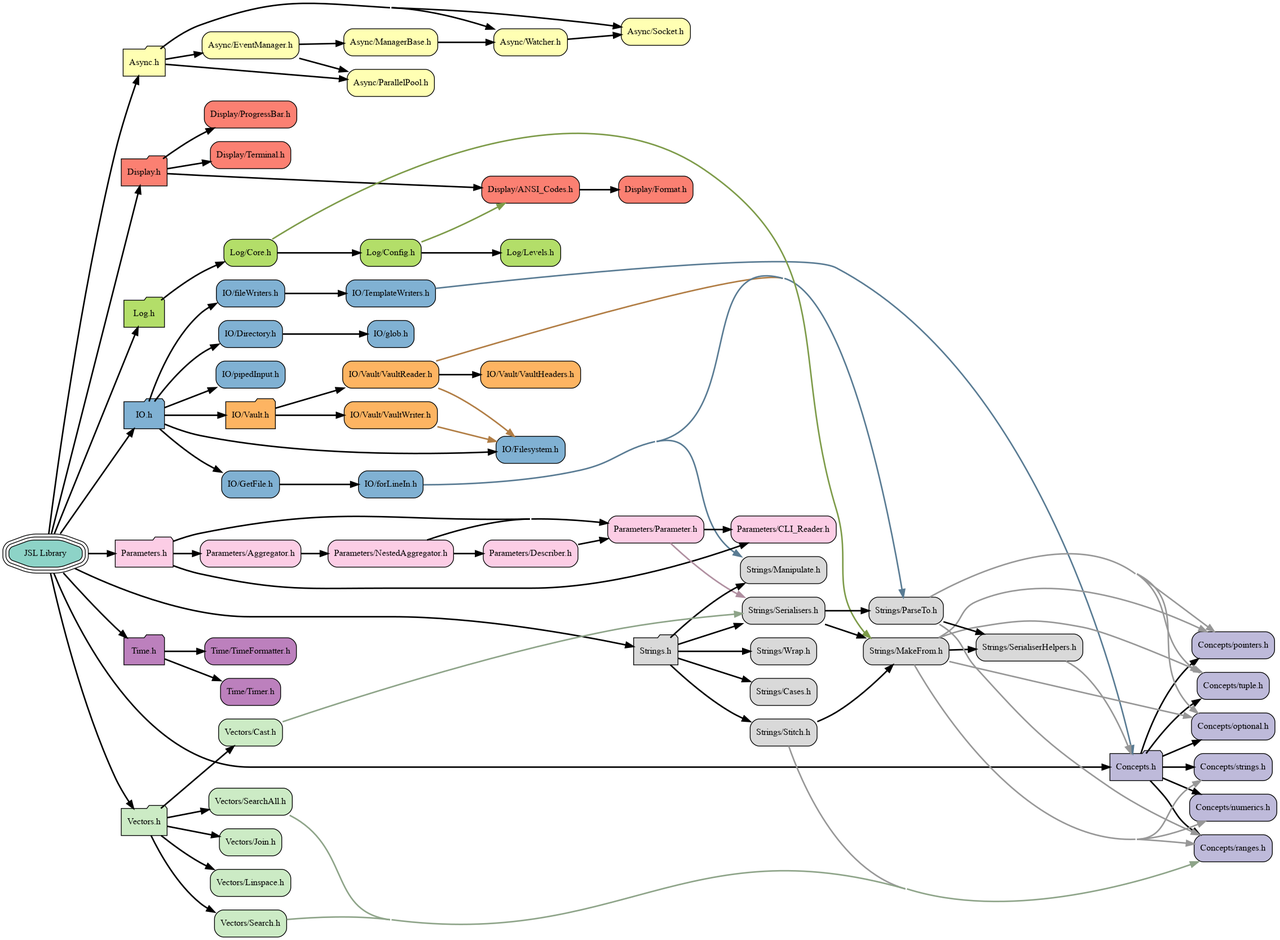
Before: docs/visualiser/heirarchy.png, a diagram exported from Graphviz (DrFraserGovil/JSL). Its source is kept beside it as docs/visualiser/heirarchy.dot.
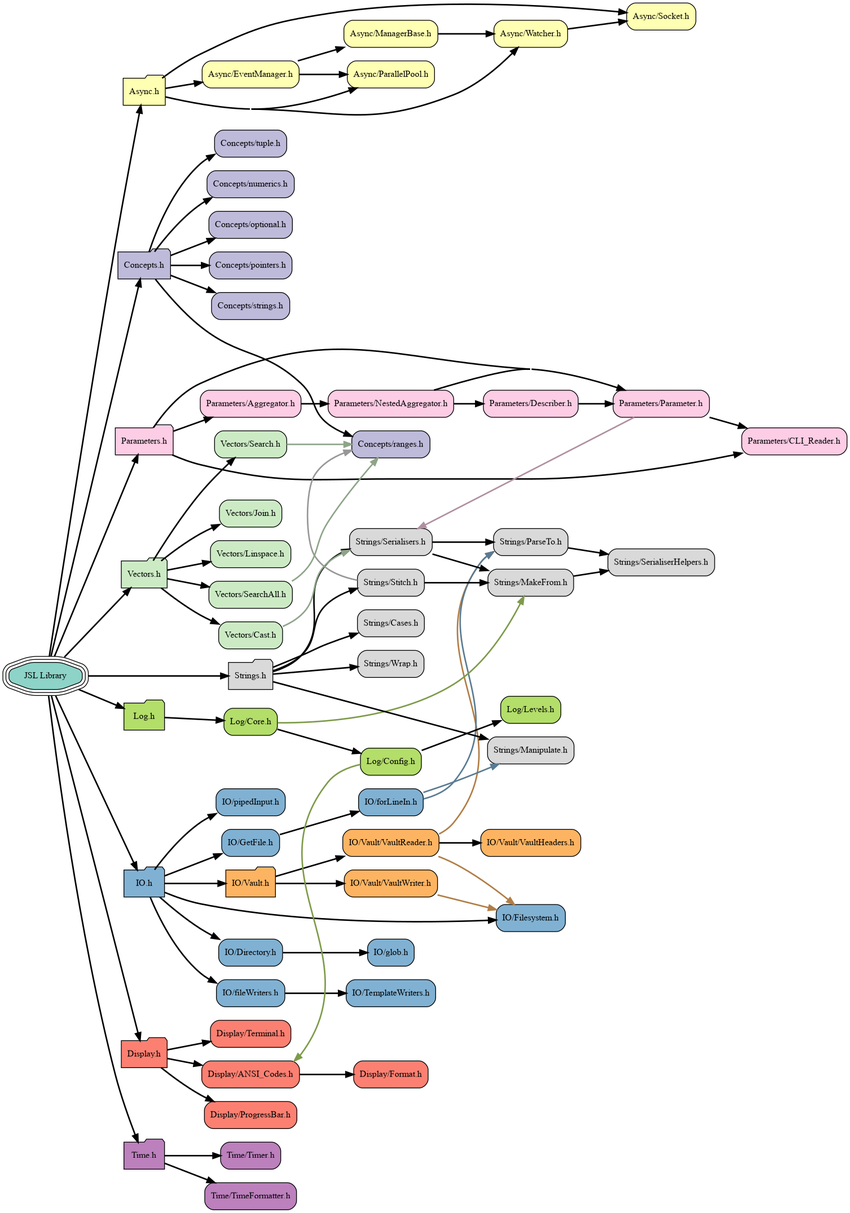
After the commit.

The edit, as a diff of the source:
```diff
@@ -68,95 +68,83 @@
 	node[fillcolor="#ccebc5", style="rounded,filled", shape=box, color="black"] "Vectors/Linspace.h"              [label="Vectors/Linspace.h"]
 	node[fillcolor="#ccebc5", style="rounded,filled", shape=box, color="black"] "Vectors/Search.h"                [label="Vectors/Search.h"]
 	node[fillcolor="#ccebc5", style="rounded,filled", shape=box, color="black"] "Vectors/SearchAll.h"             [label="Vectors/SearchAll.h"]
-	"JSL.h"                           -> "Display.h"[weight=10,penwidth=2]
-	"JSL.h"                           -> "Strings.h"[weight=10,penwidth=2]
-	"JSL.h"                           -> "IO.h"[weight=10,penwidth=2]
-	"JSL.h"                           -> "Time.h"[weight=10,penwidth=2]
-	"JSL.h"                           -> "Vectors.h"[weight=10,penwidth=2]
-	"JSL.h"                           -> "Log.h"[weight=10,penwidth=2]
-	"JSL.h"                           -> "Async.h"[weight=10,penwidth=2]
-	"JSL.h"                           -> "Parameters.h"[weight=10,penwidth=2]
-	"JSL.h"                           -> "Concepts.h"[weight=10,penwidth=2]
-	"Async.h"                         -> "Async/Socket.h"[weight=10,penwidth=2]
-	"Async.h"                         -> "Async/Watcher.h"[weight=10,penwidth=2]
-	"Async.h"                         -> "Async/EventManager.h"[weight=10,penwidth=2]
-	"Async.h"                         -> "Async/ParallelPool.h"[weight=10,penwidth=2]
-	"Async/EventManager.h"            -> "Async/ManagerBase.h"[weight=10,penwidth=2]
-	"Async/EventManager.h"            -> "Async/ParallelPool.h"[weight=10,penwidth=2]
-	"Async/ManagerBase.h"             -> "Async/Watcher.h"[weight=10,penwidth=2]
-	"Async/Watcher.h"                 -> "Async/Socket.h"[weight=10,penwidth=2]
-	"Concepts.h"                      -> "Concepts/strings.h"[weight=10,penwidth=2]
-	"Concepts.h"                      -> "Concepts/optional.h"[weight=10,penwidth=2]
-	"Concepts.h"                      -> "Concepts/tuple.h"[weight=10,penwidth=2]
-	"Concepts.h"                      -> "Concepts/pointers.h"[weight=10,penwidth=2]
-	"Concepts.h"                      -> "Concepts/numerics.h"[weight=10,penwidth=2]
-	"Concepts.h"                      -> "Concepts/ranges.h"[weight=10,penwidth=2]
-	"Display.h"                       -> "Display/ProgressBar.h"[weight=10,penwidth=2]
-	"Display.h"                       -> "Display/Terminal.h"[weight=10,penwidth=2]
-	"Display.h"                       -> "Display/ANSI_Codes.h"[weight=10,penwidth=2]
-	"Display/ANSI_Codes.h"            -> "Display/Format.h"[weight=10,penwidth=2]
-	"IO.h"                            -> "IO/fileWriters.h"[weight=10,penwidth=2]
-	"IO.h"                            -> "IO/GetFile.h"[weight=10,penwidth=2]
-	"IO.h"                            -> "IO/Vault.h"[weight=10,penwidth=2]
-	"IO.h"                            -> "IO/pipedInput.h"[weight=10,penwidth=2]
-	"IO.h"                            -> "IO/Directory.h"[weight=10,penwidth=2]
-	"IO.h"                            -> "IO/Filesystem.h"[weight=10,penwidth=2]
-	"IO/Directory.h"                  -> "IO/glob.h"[weight=10,penwidth=2]
-	"IO/GetFile.h"                    -> "IO/forLineIn.h"[weight=10,penwidth=2]
-	"IO/TemplateWriters.h"            -> "Concepts.h"[weight=0,penwidth=2,color="#597b93"]
-	"IO/Vault.h"                      -> "IO/Vault/VaultWriter.h"[weight=10,penwidth=2]
-	"IO/Vault.h"                      -> "IO/Vault/VaultReader.h"[weight=10,penwidth=2]
-	"IO/Vault/VaultReader.h"          -> "IO/Vault/VaultHeaders.h"[weight=10,penwidth=2]
-	"IO/Vault/VaultReader.h"          -> "IO/Filesystem.h"[weight=0,penwidth=2,color="#b17d44"]
-	"IO/Vault/VaultReader.h"          -> "Strings/ParseTo.h"[weight=0,penwidth=2,color="#b17d44"]
-	"IO/Vault/VaultWriter.h"          -> "IO/Filesystem.h"[weight=0,penwidth=2,color="#b17d44"]
-	"IO/fileWriters.h"                -> "IO/TemplateWriters.h"[weight=10,penwidth=2]
-	"IO/forLineIn.h"                  -> "Strings/Manipulate.h"[weight=0,penwidth=2,color="#597b93"]
-	"IO/forLineIn.h"                  -> "Strings/ParseTo.h"[weight=0,penwidth=2,color="#597b93"]
-	"Log.h"                           -> "Log/Core.h"[weight=10,penwidth=2]
-	"Log/Config.h"                    -> "Log/Levels.h"[weight=10,penwidth=2]
-	"Log/Config.h"                    -> "Display/ANSI_Codes.h"[weight=0,penwidth=2,color="#7d9b49"]
-	"Log/Core.h"                      -> "Log/Config.h"[weight=10,penwidth=2]
-	"Log/Core.h"                      -> "Strings/MakeFrom.h"[weight=0,penwidth=2,color="#7d9b49"]
-	"Parameters.h"                    -> "Parameters/Parameter.h"[weight=10,penwidth=2]
-	"Parameters.h"                    -> "Parameters/Aggregator.h"[weight=10,penwidth=2]
-	"Parameters.h"                    -> "Parameters/CLI_Reader.h"[weight=10,penwidth=2]
-	"Parameters/Aggregator.h"         -> "Parameters/NestedAggregator.h"[weight=10,penwidth=2]
-	"Parameters/Describer.h"          -> "Parameters/Parameter.h"[weight=10,penwidth=2]
-	"Parameters/NestedAggregator.h"   -> "Parameters/Parameter.h"[weight=10,penwidth=2]
-	"Parameters/NestedAggregator.h"   -> "Parameters/Describer.h"[weight=10,penwidth=2]
-	"Parameters/Parameter.h"          -> "Parameters/CLI_Reader.h"[weight=10,penwidth=2]
-	"Parameters/Parameter.h"          -> "Strings/Serialisers.h"[weight=0,penwidth=2,color="#b08fa0"]
-	"Strings.h"                       -> "Strings/Serialisers.h"[weight=10,penwidth=2]
-	"Strings.h"                       -> "Strings/Cases.h"[weight=10,penwidth=2]
-	"Strings.h"                       -> "Strings/Manipulate.h"[weight=10,penwidth=2]
-	"Strings.h"                       -> "Strings/Stitch.h"[weight=10,penwidth=2]
-	"Strings.h"                       -> "Strings/Wrap.h"[weight=10,penwidth=2]
-	"Strings/MakeFrom.h"              -> "Strings/SerialiserHelpers.h"[weight=10,penwidth=2]
-	"Strings/MakeFrom.h"              -> "Concepts/strings.h"[weight=0,penwidth=2,color="#979797"]
-	"Strings/MakeFrom.h"              -> "Concepts/optional.h"[weight=0,penwidth=2,color="#979797"]
-	"Strings/MakeFrom.h"              -> "Concepts/tuple.h"[weight=0,penwidth=2,color="#979797"]
-	"Strings/MakeFrom.h"              -> "Concepts/pointers.h"[weight=0,penwidth=2,color="#979797"]
-	"Strings/MakeFrom.h"              -> "Concepts/numerics.h"[weight=0,penwidth=2,color="#979797"]
-	"Strings/MakeFrom.h"              -> "Concepts/ranges.h"[weight=0,penwidth=2,color="#979797"]
-	"Strings/ParseTo.h"               -> "Strings/SerialiserHelpers.h"[weight=10,penwidth=2]
-	"Strings/ParseTo.h"               -> "Concepts/optional.h"[weight=0,penwidth=2,color="#979797"]
-	"Strings/ParseTo.h"               -> "Concepts/tuple.h"[weight=0,penwidth=2,color="#979797"]
-	"Strings/ParseTo.h"               -> "Concepts/pointers.h"[weight=0,penwidth=2,color="#979797"]
-	"Strings/ParseTo.h"               -> "Concepts/ranges.h"[weight=0,penwidth=2,color="#979797"]
-	"Strings/SerialiserHelpers.h"     -> "Concepts.h"[weight=0,penwidth=2,color="#979797"]
-	"Strings/Serialisers.h"           -> "Strings/MakeFrom.h"[weight=10,penwidth=2]
-	"Strings/Serialisers.h"           -> "Strings/ParseTo.h"[weight=10,penwidth=2]
-	"Strings/Stitch.h"                -> "Strings/MakeFrom.h"[weight=10,penwidth=2]
-	"Strings/Stitch.h"                -> "Concepts/ranges.h"[weight=0,penwidth=2,color="#979797"]
-	"Time.h"                          -> "Time/Timer.h"[weight=10,penwidth=2]
-	"Time.h"                          -> "Time/TimeFormatter.h"[weight=10,penwidth=2]
-	"Vectors.h"                       -> "Vectors/Cast.h"[weight=10,penwidth=2]
-	"Vectors.h"                       -> "Vectors/Search.h"[weight=10,penwidth=2]
-	"Vectors.h"                       -> "Vectors/SearchAll.h"[weight=10,penwidth=2]
-	"Vectors.h"                       -> "Vectors/Join.h"[weight=10,penwidth=2]
-	"Vectors.h"                       -> "Vectors/Linspace.h"[weight=10,penwidth=2]
-	"Vectors/Cast.h"                  -> "Strings/Serialisers.h"[weight=0,penwidth=2,color="#8ea489"]
-	"Vectors/Search.h"                -> "Concepts/ranges.h"[weight=0,penwidth=2,color="#8ea489"]
-	"Vectors/SearchAll.h"             -> "Concepts/ranges.h"[weight=0,penwidth=2,color="#8ea489"]
+	"JSL.h"                           -> "Async.h"[weight=10000,penwidth=2]
+	"JSL.h"                           -> "Time.h"[weight=10000,penwidth=2]
+	"JSL.h"                           -> "Vectors.h"[weight=10000,penwidth=2]
+	"JSL.h"                           -> "Strings.h"[weight=10000,penwidth=2]
+	"JSL.h"                           -> "Concepts.h"[weight=10000,penwidth=2]
+	"JSL.h"                           -> "IO.h"[weight=10000,penwidth=2]
+	"JSL.h"                           -> "Log.h"[weight=10000,penwidth=2]
+	"JSL.h"                           -> "Display.h"[weight=10000,penwidth=2]
+	"JSL.h"                           -> "Parameters.h"[weight=10000,penwidth=2]
+	"Async.h"                         -> "Async/Socket.h"[weight=10000,penwidth=2]
+	"Async.h"                         -> "Async/Watcher.h"[weight=10000,penwidth=2]
+	"Async.h"                         -> "Async/EventManager.h"[weight=10000,penwidth=2]
+	"Async.h"                         -> "Async/ParallelPool.h"[weight=10000,penwidth=2]
+	"Async/EventManager.h"            -> "Async/ManagerBase.h"[weight=10000,penwidth=2]
+	"Async/EventManager.h"            -> "Async/ParallelPool.h"[weight=10000,penwidth=2]
+	"Async/ManagerBase.h"             -> "Async/Watcher.h"[weight=10000,penwidth=2]
+	"Async/Watcher.h"                 -> "Async/Socket.h"[weight=10000,penwidth=2]
+	"Concepts.h"                      -> "Concepts/optional.h"[weight=10000,penwidth=2]
+	"Concepts.h"                      -> "Concepts/numerics.h"[weight=10000,penwidth=2]
+	"Concepts.h"                      -> "Concepts/pointers.h"[weight=10000,penwidth=2]
+	"Concepts.h"                      -> "Concepts/strings.h"[weight=10000,penwidth=2]
+	"Concepts.h"                      -> "Concepts/ranges.h"[weight=10000,penwidth=2]
+	"Concepts.h"                      -> "Concepts/tuple.h"[weight=10000,penwidth=2]
+	"Display.h"                       -> "Display/ProgressBar.h"[weight=10000,penwidth=2]
+	"Display.h"                       -> "Display/Terminal.h"[weight=10000,penwidth=2]
+	"Display.h"                       -> "Display/ANSI_Codes.h"[weight=10000,penwidth=2]
+	"Display/ANSI_Codes.h"            -> "Display/Format.h"[weight=10000,penwidth=2]
+	"IO.h"                            -> "IO/Vault.h"[weight=10000,penwidth=2]
+	"IO.h"                            -> "IO/Filesystem.h"[weight=10000,penwidth=2]
+	"IO.h"                            -> "IO/fileWriters.h"[weight=10000,penwidth=2]
+	"IO.h"                            -> "IO/GetFile.h"[weight=10000,penwidth=2]
+	"IO.h"                            -> "IO/Directory.h"[weight=10000,penwidth=2]
+	"IO.h"                            -> "IO/pipedInput.h"[weight=10000,penwidth=2]
+	"IO/Directory.h"                  -> "IO/glob.h"[weight=10000,penwidth=2]
+	"IO/GetFile.h"                    -> "IO/forLineIn.h"[weight=10000,penwidth=2]
+	"IO/Vault.h"                      -> "IO/Vault/VaultWriter.h"[weight=10000,penwidth=2]
+	"IO/Vault.h"                      -> "IO/Vault/VaultReader.h"[weight=10000,penwidth=2]
+	"IO/Vault/VaultReader.h"          -> "IO/Filesystem.h"[constraint=true,weight=0,penwidth=2,color="#b17d44"]
+	"IO/Vault/VaultReader.h"          -> "IO/Vault/VaultHeaders.h"[weight=10000,penwidth=2]
+	"IO/Vault/VaultReader.h"          -> "Strings/ParseTo.h"[constraint=false,weight=0,penwidth=2,color="#b17d44"]
+	"IO/Vault/VaultWriter.h"          -> "IO/Filesystem.h"[constraint=true,weight=0,penwidth=2,color="#b17d44"]
+	"IO/fileWriters.h"                -> "IO/TemplateWriters.h"[weight=10000,penwidth=2]
+	"IO/forLineIn.h"                  -> "Strings/Manipulate.h"[constraint=true,weight=0,penwidth=2,color="#597b93"]
+	"IO/forLineIn.h"                  -> "Strings/ParseTo.h"[constraint=false,weight=0,penwidth=2,color="#597b93"]
+	"Log.h"                           -> "Log/Core.h"[weight=10000,penwidth=2]
+	"Log/Config.h"                    -> "Display/ANSI_Codes.h"[constraint=false,weight=0,penwidth=2,color="#7d9b49"]
+	"Log/Config.h"                    -> "Log/Levels.h"[weight=10000,penwidth=2]
+	"Log/Core.h"                      -> "Log/Config.h"[weight=10000,penwidth=2]
+	"Log/Core.h"                      -> "Strings/MakeFrom.h"[constraint=true,weight=0,penwidth=2,color="#7d9b49"]
+	"Parameters.h"                    -> "Parameters/Parameter.h"[weight=10000,penwidth=2]
+	"Parameters.h"                    -> "Parameters/Aggregator.h"[weight=10000,penwidth=2]
+	"Parameters.h"                    -> "Parameters/CLI_Reader.h"[weight=10000,penwidth=2]
+	"Parameters/Aggregator.h"         -> "Parameters/NestedAggregator.h"[weight=10000,penwidth=2]
+	"Parameters/Describer.h"          -> "Parameters/Parameter.h"[weight=10000,penwidth=2]
+	"Parameters/NestedAggregator.h"   -> "Parameters/Describer.h"[weight=10000,penwidth=2]
+	"Parameters/NestedAggregator.h"   -> "Parameters/Parameter.h"[weight=10000,penwidth=2]
+	"Parameters/Parameter.h"          -> "Parameters/CLI_Reader.h"[weight=10000,penwidth=2]
+	"Parameters/Parameter.h"          -> "Strings/Serialisers.h"[constraint=false,weight=0,penwidth=2,color="#b08fa0"]
+	"Strings.h"                       -> "Strings/Serialisers.h"[weight=10000,penwidth=2]
+	"Strings.h"                       -> "Strings/Cases.h"[weight=10000,penwidth=2]
+	"Strings.h"                       -> "Strings/Manipulate.h"[weight=10000,penwidth=2]
+	"Strings.h"                       -> "Strings/Stitch.h"[weight=10000,penwidth=2]
+	"Strings.h"                       -> "Strings/Wrap.h"[weight=10000,penwidth=2]
+	"Strings/MakeFrom.h"              -> "Strings/SerialiserHelpers.h"[weight=10000,penwidth=2]
+	"Strings/ParseTo.h"               -> "Strings/SerialiserHelpers.h"[weight=10000,penwidth=2]
+	"Strings/Serialisers.h"           -> "Strings/ParseTo.h"[weight=10000,penwidth=2]
+	"Strings/Serialisers.h"           -> "Strings/MakeFrom.h"[weight=10000,penwidth=2]
+	"Strings/Stitch.h"                -> "Strings/MakeFrom.h"[weight=10000,penwidth=2]
+	"Strings/Stitch.h"                -> "Concepts/ranges.h"[constraint=false,weight=0,penwidth=2,color="#979797"]
+	"Time.h"                          -> "Time/Timer.h"[weight=10000,penwidth=2]
+	"Time.h"                          -> "Time/TimeFormatter.h"[weight=10000,penwidth=2]
+	"Vectors.h"                       -> "Vectors/Cast.h"[weight=10000,penwidth=2]
+	"Vectors.h"                       -> "Vectors/Search.h"[weight=10000,penwidth=2]
+	"Vectors.h"                       -> "Vectors/SearchAll.h"[weight=10000,penwidth=2]
+	"Vectors.h"                       -> "Vectors/Join.h"[weight=10000,penwidth=2]
+	"Vectors.h"                       -> "Vectors/Linspace.h"[weight=10000,penwidth=2]
+	"Vectors/Cast.h"                  -> "Strings/Serialisers.h"[constraint=true,weight=0,penwidth=2,color="#8ea489"]
+	"Vectors/Search.h"                -> "Concepts/ranges.h"[constraint=true,weight=0,penwidth=2,color="#8ea489"]
+	"Vectors/SearchAll.h"             -> "Concepts/ranges.h"[constraint=false,weight=0,penwidth=2,color="#8ea489"]
 }
```
